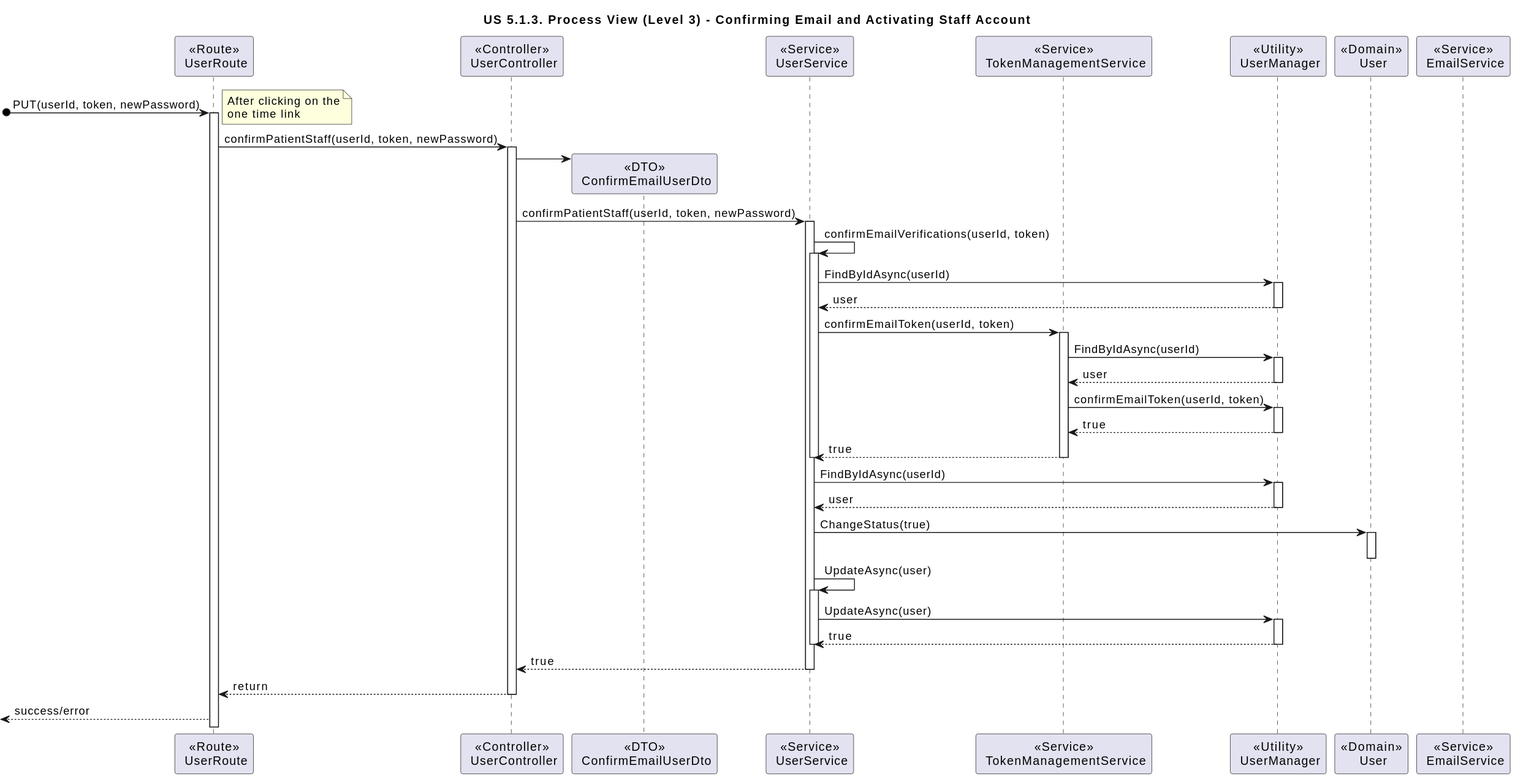
The PlantUML diagram docs/sprint-1/us-5.1.3/diagrams/Views/process-view-level-3-confirm-email.svg in rita-barbosa/LAPR5-2425, before a commit.
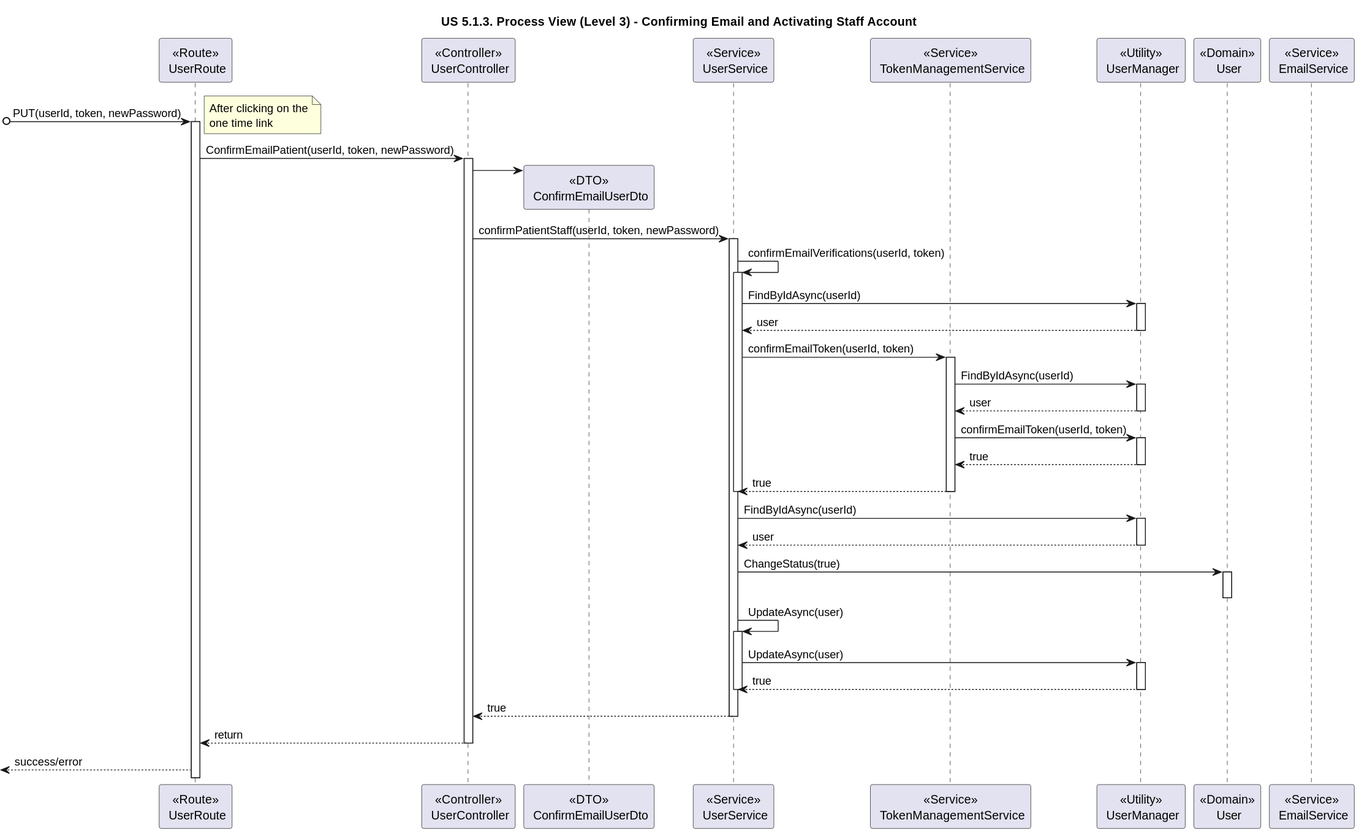
After the change.

Diff of the diagram source:
```diff
@@ -23,7 +23,7 @@
 end note
 activate ROUTE
 
-ROUTE -> CONTROL : confirmPatientStaff(userId, token, newPassword)
+ROUTE -> CONTROL : ConfirmEmailPatient(userId, token, newPassword)
 activate CONTROL
 
 CONTROL -> UserDTO**
```
